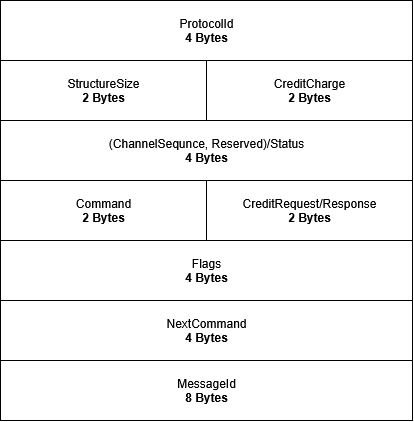
Before: images/smb_packet_header_common.png, a diagram exported from draw.io (davidenberg/quic_thesis). Source tidied: cells renumbered, new cells last; positions are measured from the earlier drawing's top-left corner, leaving out a move shared by most shapes.
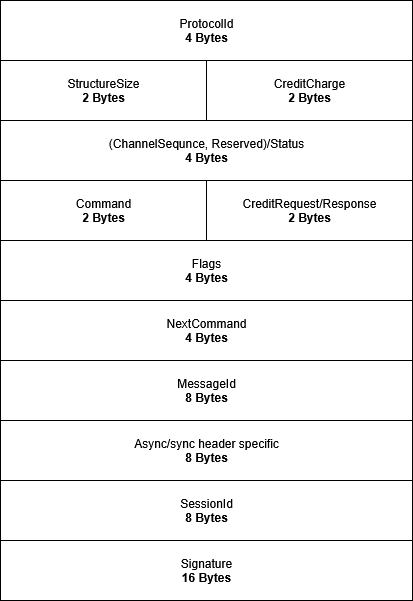
After the commit.

What changed in the source:
```diff
@@ -29,5 +29,14 @@
     <mxCell id="10" value="&lt;div&gt;MessageId&lt;/div&gt;&lt;div&gt;&lt;b&gt;8 Bytes&lt;/b&gt;&lt;/div&gt;" style="rounded=0;whiteSpace=wrap;html=1;rotation=0;" parent="1" vertex="1">
       <mxGeometry y="360" width="412" height="60" as="geometry" />
     </mxCell>
+    <mxCell id="11" value="&lt;div&gt;Async/sync header specific&lt;/div&gt;&lt;div&gt;&lt;b&gt;8 Bytes&lt;/b&gt;&lt;/div&gt;" style="rounded=0;whiteSpace=wrap;html=1;rotation=0;" parent="1" vertex="1">
+      <mxGeometry y="420" width="412" height="60" as="geometry" />
+    </mxCell>
+    <mxCell id="12" value="&lt;div&gt;SessionId&lt;/div&gt;&lt;div&gt;&lt;b&gt;8 Bytes&lt;/b&gt;&lt;/div&gt;" style="rounded=0;whiteSpace=wrap;html=1;rotation=0;" parent="1" vertex="1">
+      <mxGeometry y="480" width="412" height="60" as="geometry" />
+    </mxCell>
+    <mxCell id="13" value="&lt;div&gt;Signature&lt;/div&gt;&lt;div&gt;&lt;b&gt;16 Bytes&lt;/b&gt;&lt;/div&gt;" style="rounded=0;whiteSpace=wrap;html=1;rotation=0;" parent="1" vertex="1">
+      <mxGeometry y="540" width="412" height="60" as="geometry" />
+    </mxCell>
   </root>
 </mxGraphModel>
```
